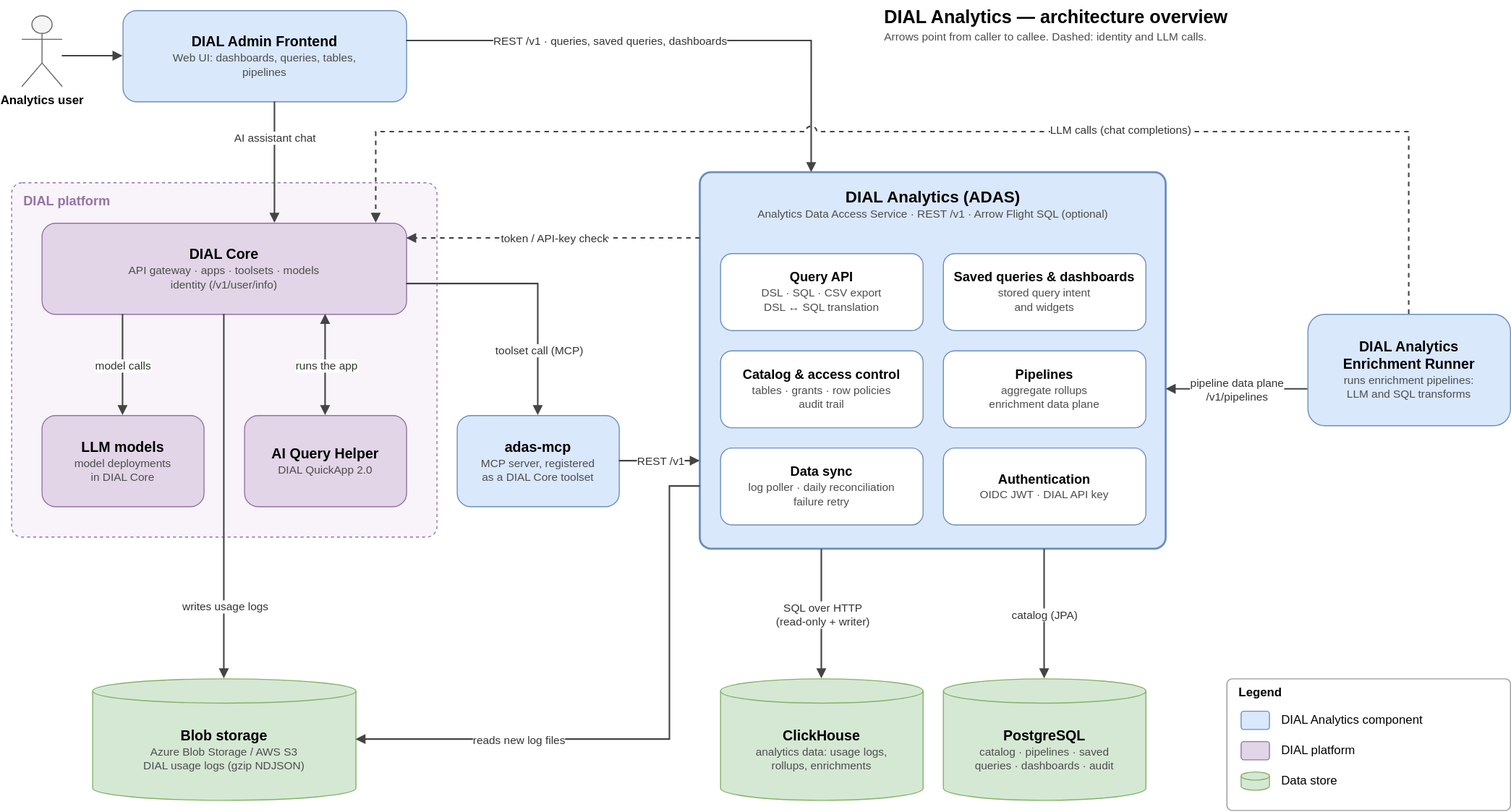
This is docs/architecture.drawio.svg from epam/ai-dial-analytics, a draw.io export, as it was before one commit. Source tidied: cells renumbered, new cells last; positions are measured from the earlier drawing's top-left corner, leaving out a move shared by most shapes.
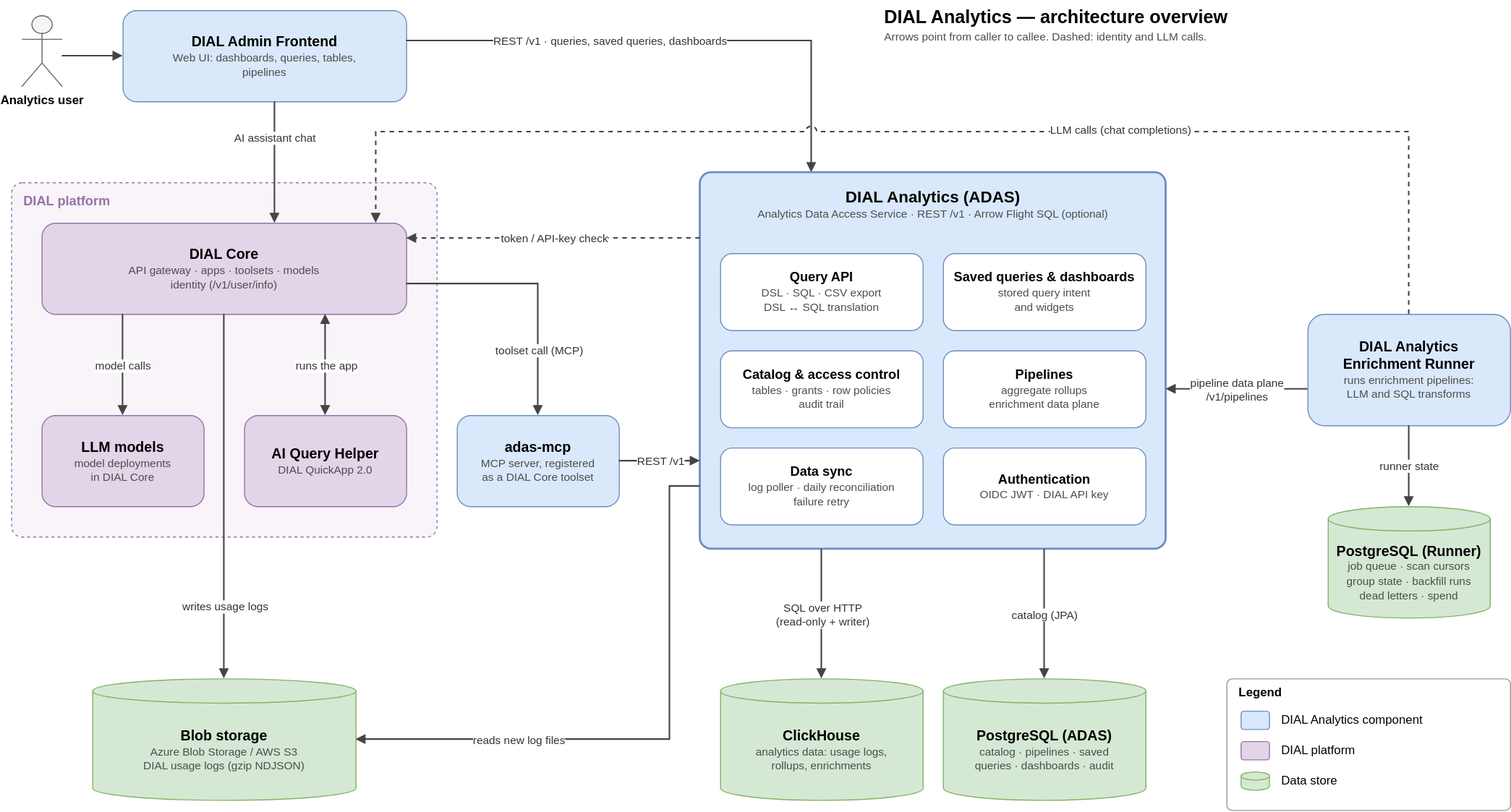
Above is the later version.

Commit message:
Add Runner's Postgres to diagram

The edit, as a diff of the source:
```diff
@@ -56,7 +56,7 @@
     <mxCell id="19" value="&lt;b style=&quot;font-size:14px&quot;&gt;ClickHouse&lt;/b&gt;&lt;br&gt;&lt;font style=&quot;font-size:11px&quot; color=&quot;#4d4d4d&quot;&gt;analytics data: usage logs,&lt;br&gt;rollups, enrichments&lt;/font&gt;" style="shape=cylinder3;whiteSpace=wrap;html=1;boundedLbl=1;backgroundOutline=1;size=12;fillColor=#d5e8d4;strokeColor=#82b366;" parent="1" vertex="1">
       <mxGeometry x="700" y="670" width="200" height="120" as="geometry" />
     </mxCell>
-    <mxCell id="20" value="&lt;b style=&quot;font-size:14px&quot;&gt;PostgreSQL&lt;/b&gt;&lt;br&gt;&lt;font style=&quot;font-size:11px&quot; color=&quot;#4d4d4d&quot;&gt;catalog · pipelines · saved&lt;br&gt;queries · dashboards · audit&lt;/font&gt;" style="shape=cylinder3;whiteSpace=wrap;html=1;boundedLbl=1;backgroundOutline=1;size=12;fillColor=#d5e8d4;strokeColor=#82b366;" parent="1" vertex="1">
+    <mxCell id="20" value="&lt;b style=&quot;font-size:14px&quot;&gt;PostgreSQL (ADAS)&lt;/b&gt;&lt;br&gt;&lt;font style=&quot;font-size:11px&quot; color=&quot;#4d4d4d&quot;&gt;catalog · pipelines · saved&lt;br&gt;queries · dashboards · audit&lt;/font&gt;" style="shape=cylinder3;whiteSpace=wrap;html=1;boundedLbl=1;backgroundOutline=1;size=12;fillColor=#d5e8d4;strokeColor=#82b366;" parent="1" vertex="1">
       <mxGeometry x="920" y="670" width="200" height="120" as="geometry" />
     </mxCell>
     <mxCell id="21" style="endArrow=block;endFill=1;html=1;rounded=0;strokeColor=#444444;strokeWidth=1.5;jumpStyle=arc;jumpSize=10;exitX=1.0000;exitY=0.5714;exitDx=0;exitDy=0;entryX=0.0000;entryY=0.5000;entryDx=0;entryDy=0;" parent="1" edge="1" source="3" target="4">
@@ -181,5 +181,14 @@
     <mxCell id="54" value="Data store" style="text;html=1;align=left;verticalAlign=middle;fontSize=12;" parent="48" vertex="1">
       <mxGeometry x="52" y="89" width="220" height="24" as="geometry" />
     </mxCell>
+    <mxCell id="55" value="&lt;b style=&quot;font-size:14px&quot;&gt;PostgreSQL (Runner)&lt;/b&gt;&lt;br&gt;&lt;font style=&quot;font-size:11px&quot; color=&quot;#4d4d4d&quot;&gt;job queue · scan cursors&lt;br&gt;group state · backfill runs&lt;br&gt;dead letters · spend&lt;/font&gt;" style="shape=cylinder3;whiteSpace=wrap;html=1;boundedLbl=1;backgroundOutline=1;size=12;fillColor=#d5e8d4;strokeColor=#82b366;" parent="1" vertex="1">
+      <mxGeometry x="1300" y="500" width="160" height="110" as="geometry" />
+    </mxCell>
+    <mxCell id="56" style="endArrow=block;endFill=1;html=1;rounded=0;strokeColor=#444444;strokeWidth=1.5;jumpStyle=arc;jumpSize=10;exitX=0.5;exitY=1;exitDx=0;exitDy=0;entryX=0.5;entryY=0;entryDx=0;entryDy=0;" parent="1" edge="1" source="17" target="55">
+      <mxGeometry relative="1" as="geometry" />
+    </mxCell>
+    <mxCell id="57" value="runner state" style="edgeLabel;html=1;align=center;verticalAlign=middle;fontSize=11;fontColor=#333333;labelBackgroundColor=#ffffff;" parent="56" vertex="1">
+      <mxGeometry relative="1" as="geometry" />
+    </mxCell>
   </root>
 </mxGraphModel>
```
